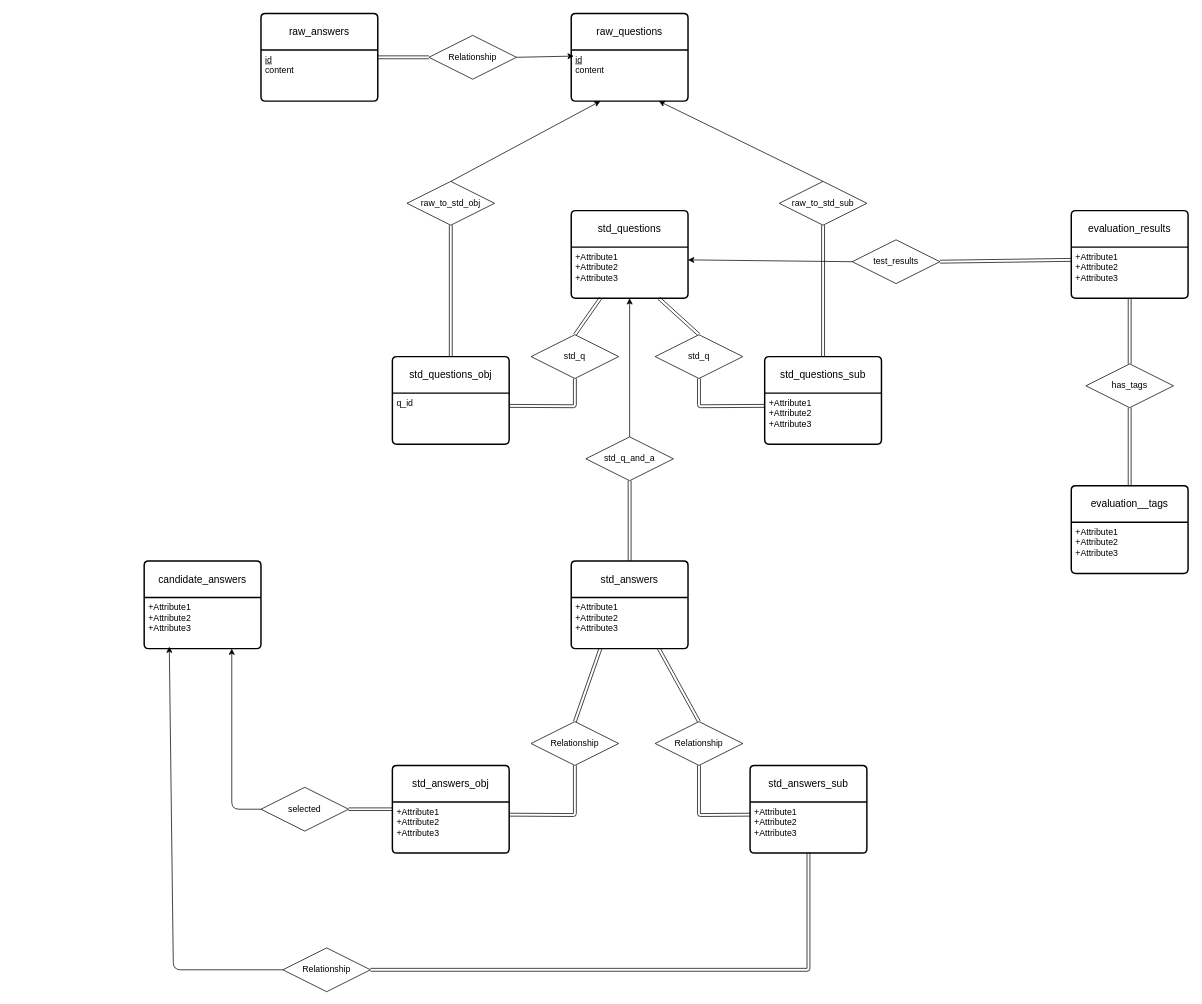
This is 5_HPJ/ERD.drawio from SummerS-tars/Practice_Database, a draw.io file, before an edit. Source tidied: cells renumbered, new cells numbered last; positions are measured from the earlier drawing's top-left corner, leaving out a move shared by most shapes. Both pictures are drawn from the tidied source at 73%, with x=0, y=0 at pixel (144, 13).
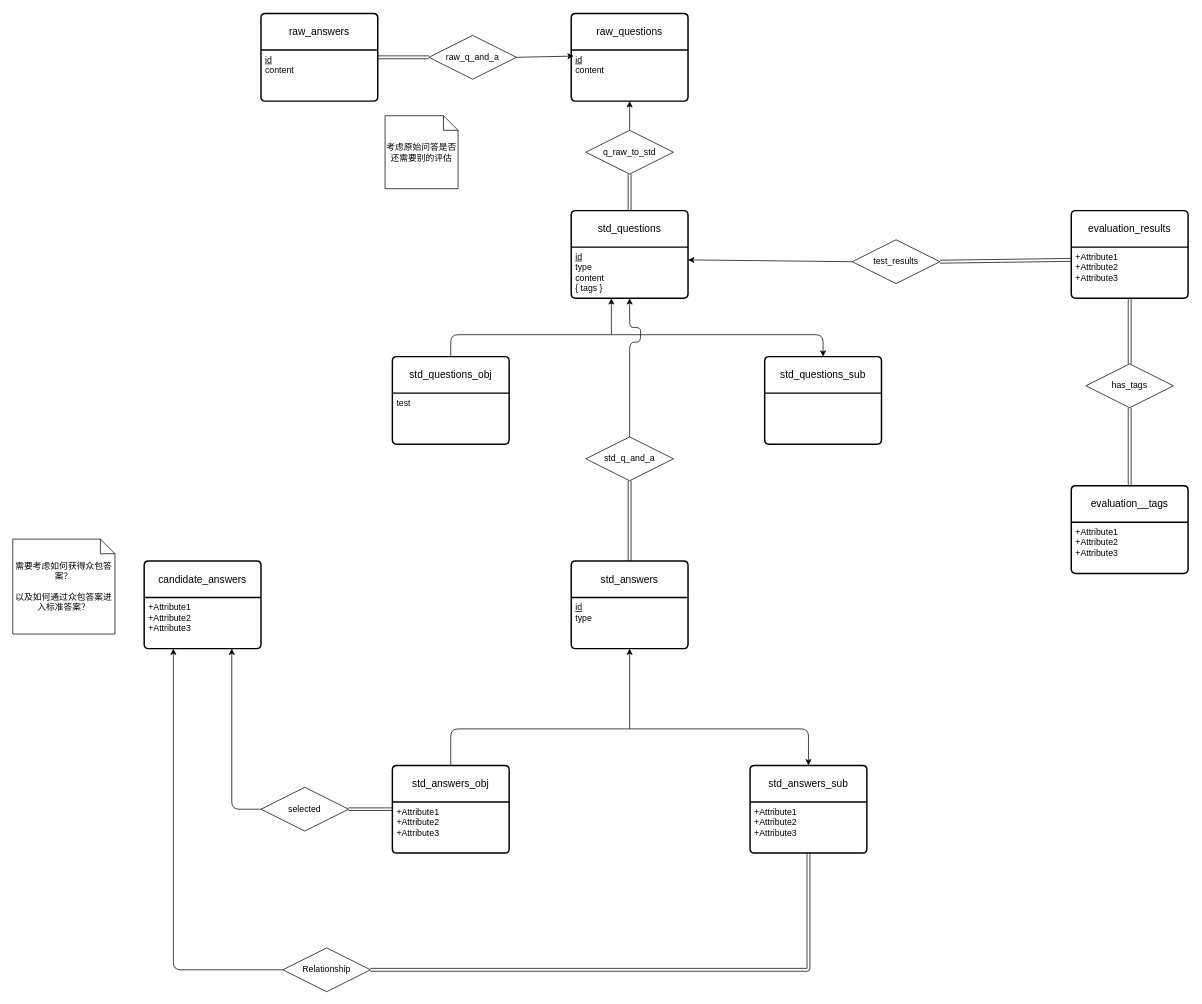
Above is the later version.

Commit message (it also covers changes not shown here):
note: update hpj: update

The change refers to these unchanged cells:
```xml
<mxCell id="6" value="&lt;u&gt;id&lt;/u&gt;&lt;div&gt;content&lt;/div&gt;" style="align=left;strokeColor=none;fillColor=none;spacingLeft=4;fontSize=12;verticalAlign=top;html=1;" parent="5" vertex="1">
  <mxGeometry y="50" width="160" height="70" as="geometry" />
</mxCell>
<mxCell id="7" value="std_questions" style="swimlane;horizontal=1;startSize=50;rounded=1;fontSize=14;fontStyle=0;strokeWidth=2;shadow=0;dashed=0;align=center;arcSize=4;whiteSpace=wrap;html=1;" parent="1" vertex="1">
  <mxGeometry x="585" y="270" width="160" height="120" as="geometry" />
</mxCell>
<mxCell id="9" value="std_questions_obj" style="swimlane;horizontal=1;startSize=50;rounded=1;fontSize=14;fontStyle=0;strokeWidth=2;shadow=0;dashed=0;align=center;arcSize=4;whiteSpace=wrap;html=1;" parent="1" vertex="1">
  <mxGeometry x="340" y="470" width="160" height="120" as="geometry" />
</mxCell>
<mxCell id="11" value="std_questions_sub" style="swimlane;horizontal=1;startSize=50;rounded=1;fontSize=14;fontStyle=0;strokeWidth=2;shadow=0;dashed=0;align=center;arcSize=4;whiteSpace=wrap;html=1;" parent="1" vertex="1">
  <mxGeometry x="850" y="470" width="160" height="120" as="geometry" />
</mxCell>
<mxCell id="14" value="std_answers" style="swimlane;horizontal=1;startSize=50;rounded=1;fontSize=14;fontStyle=0;strokeWidth=2;shadow=0;dashed=0;align=center;arcSize=4;whiteSpace=wrap;html=1;" parent="1" vertex="1">
  <mxGeometry x="585" y="750" width="160" height="120" as="geometry" />
</mxCell>
<mxCell id="17" value="+Attribute1&#10;+Attribute2&#10;+Attribute3" style="align=left;strokeColor=none;fillColor=none;spacingLeft=4;fontSize=12;verticalAlign=top;html=1;" parent="16" vertex="1">
  <mxGeometry y="50" width="160" height="70" as="geometry" />
</mxCell>
<mxCell id="18" value="std_answers_obj" style="swimlane;horizontal=1;startSize=50;rounded=1;fontSize=14;fontStyle=0;strokeWidth=2;shadow=0;dashed=0;align=center;arcSize=4;whiteSpace=wrap;html=1;" parent="1" vertex="1">
  <mxGeometry x="340" y="1030" width="160" height="120" as="geometry" />
</mxCell>
<mxCell id="19" value="+Attribute1&#10;+Attribute2&#10;+Attribute3" style="align=left;strokeColor=none;fillColor=none;spacingLeft=4;fontSize=12;verticalAlign=top;html=1;" parent="18" vertex="1">
  <mxGeometry y="50" width="160" height="70" as="geometry" />
</mxCell>
<mxCell id="20" value="std_answers_sub" style="swimlane;horizontal=1;startSize=50;rounded=1;fontSize=14;fontStyle=0;strokeWidth=2;shadow=0;dashed=0;align=center;arcSize=4;whiteSpace=wrap;html=1;" parent="1" vertex="1">
  <mxGeometry x="830" y="1030" width="160" height="120" as="geometry" />
</mxCell>
<mxCell id="21" value="+Attribute1&#10;+Attribute2&#10;+Attribute3" style="align=left;strokeColor=none;fillColor=none;spacingLeft=4;fontSize=12;verticalAlign=top;html=1;" parent="20" vertex="1">
  <mxGeometry y="50" width="160" height="70" as="geometry" />
</mxCell>
<mxCell id="23" value="+Attribute1&#10;+Attribute2&#10;+Attribute3" style="align=left;strokeColor=none;fillColor=none;spacingLeft=4;fontSize=12;verticalAlign=top;html=1;" parent="22" vertex="1">
  <mxGeometry y="50" width="160" height="70" as="geometry" />
</mxCell>
<mxCell id="24" value="evaluation__tags" style="swimlane;horizontal=1;startSize=50;rounded=1;fontSize=14;fontStyle=0;strokeWidth=2;shadow=0;dashed=0;align=center;arcSize=4;whiteSpace=wrap;html=1;" parent="1" vertex="1">
  <mxGeometry x="1270" y="647" width="160" height="120" as="geometry" />
</mxCell>
<mxCell id="43" value="std_q_and_a" style="shape=rhombus;perimeter=rhombusPerimeter;whiteSpace=wrap;html=1;align=center;" parent="1" vertex="1">
  <mxGeometry x="605" y="580" width="120" height="60" as="geometry" />
</mxCell>
<mxCell id="46" value="selected" style="shape=rhombus;perimeter=rhombusPerimeter;whiteSpace=wrap;html=1;align=center;" parent="1" vertex="1">
  <mxGeometry x="160" y="1060" width="120" height="60" as="geometry" />
</mxCell>
<mxCell id="48" value="Relationship" style="shape=rhombus;perimeter=rhombusPerimeter;whiteSpace=wrap;html=1;align=center;" parent="1" vertex="1">
  <mxGeometry x="190" y="1280" width="120" height="60" as="geometry" />
</mxCell>
<mxCell id="58" value="test_results" style="shape=rhombus;perimeter=rhombusPerimeter;whiteSpace=wrap;html=1;align=center;" parent="1" vertex="1">
  <mxGeometry x="970" y="310" width="120" height="60" as="geometry" />
</mxCell>
<mxCell id="61" value="has_tags" style="shape=rhombus;perimeter=rhombusPerimeter;whiteSpace=wrap;html=1;align=center;" parent="1" vertex="1">
  <mxGeometry x="1290" y="480" width="120" height="60" as="geometry" />
</mxCell>
```

The edit, as a diff of the source:
```diff
@@
-    <mxCell id="2" style="edgeStyle=none;html=1;" parent="1" edge="1" source="19" target="18">
+    <mxCell id="2" style="edgeStyle=none;html=1;fontStyle=1;" parent="1" edge="1" source="19" target="18">
       <mxGeometry relative="1" as="geometry" />
     </mxCell>
@@
-    <mxCell id="8" value="+Attribute1&#10;+Attribute2&#10;+Attribute3" style="align=left;strokeColor=none;fillColor=none;spacingLeft=4;fontSize=12;verticalAlign=top;html=1;" parent="7" vertex="1">
+    <mxCell id="8" value="&lt;u&gt;id&lt;/u&gt;&lt;div&gt;type&lt;/div&gt;&lt;div&gt;content&lt;/div&gt;&lt;div&gt;{ tags }&lt;/div&gt;" style="align=left;strokeColor=none;fillColor=none;spacingLeft=4;fontSize=12;verticalAlign=top;html=1;" parent="7" vertex="1">
       <mxGeometry y="50" width="160" height="70" as="geometry" />
     </mxCell>
+    <mxCell id="62" style="edgeStyle=none;html=1;exitX=0.5;exitY=0;exitDx=0;exitDy=0;entryX=0.5;entryY=0;entryDx=0;entryDy=0;" parent="1" edge="1" source="9" target="11">
+      <mxGeometry relative="1" as="geometry">
+        <Array as="points">
+          <mxPoint x="420" y="440" />
+          <mxPoint x="930" y="440" />
+        </Array>
+      </mxGeometry>
+    </mxCell>
@@
-    <mxCell id="10" value="q_id" style="align=left;strokeColor=none;fillColor=none;spacingLeft=4;fontSize=12;verticalAlign=top;html=1;" parent="9" vertex="1">
-      <mxGeometry y="50" width="160" height="70" as="geometry" />
-    </mxCell>
+    <mxCell id="63" value="test&lt;div&gt;&lt;br&gt;&lt;/div&gt;" style="text;strokeColor=none;fillColor=none;spacingLeft=4;spacingRight=4;overflow=hidden;fontSize=12;whiteSpace=wrap;html=1;" parent="9" vertex="1">
+      <mxGeometry y="50" width="160" height="70" as="geometry" />
+    </mxCell>
@@
-    <mxCell id="12" value="+Attribute1&#10;+Attribute2&#10;+Attribute3" style="align=left;strokeColor=none;fillColor=none;spacingLeft=4;fontSize=12;verticalAlign=top;html=1;" parent="11" vertex="1">
-      <mxGeometry y="50" width="160" height="70" as="geometry" />
-    </mxCell>
-    <mxCell id="13" style="edgeStyle=none;html=1;exitX=0.5;exitY=0;exitDx=0;exitDy=0;entryX=0.5;entryY=1;entryDx=0;entryDy=0;shape=link;" parent="1" edge="1" source="14" target="43">
+    <mxCell id="13" style="edgeStyle=none;html=1;exitX=0.5;exitY=0;exitDx=0;exitDy=0;entryX=0.5;entryY=1;entryDx=0;entryDy=0;shape=link;fontStyle=1;" parent="1" edge="1" source="14" target="43">
       <mxGeometry relative="1" as="geometry" />
     </mxCell>
@@
-    <mxCell id="15" value="+Attribute1&#10;+Attribute2&#10;+Attribute3" style="align=left;strokeColor=none;fillColor=none;spacingLeft=4;fontSize=12;verticalAlign=top;html=1;" parent="14" vertex="1">
+    <mxCell id="15" value="&lt;u&gt;id&lt;/u&gt;&lt;div&gt;type&lt;/div&gt;" style="align=left;strokeColor=none;fillColor=none;spacingLeft=4;fontSize=12;verticalAlign=top;html=1;" parent="14" vertex="1">
       <mxGeometry y="50" width="160" height="70" as="geometry" />
     </mxCell>
@@
+    <mxCell id="64" style="edgeStyle=none;html=1;exitX=0.5;exitY=0;exitDx=0;exitDy=0;entryX=0.5;entryY=0;entryDx=0;entryDy=0;" parent="1" edge="1" source="18" target="20">
+      <mxGeometry relative="1" as="geometry">
+        <Array as="points">
+          <mxPoint x="420" y="980" />
+          <mxPoint x="910" y="980" />
+        </Array>
+      </mxGeometry>
+    </mxCell>
@@
-    <mxCell id="26" value="Relationship" style="shape=rhombus;perimeter=rhombusPerimeter;whiteSpace=wrap;html=1;align=center;" parent="1" vertex="1">
+    <mxCell id="26" value="raw_q_and_a" style="shape=rhombus;perimeter=rhombusPerimeter;whiteSpace=wrap;html=1;align=center;" parent="1" vertex="1">
       <mxGeometry x="390" y="30" width="120" height="60" as="geometry" />
     </mxCell>
-    <mxCell id="27" style="shape=link;html=1;rounded=0;" parent="1" edge="1">
+    <mxCell id="27" style="shape=link;html=1;rounded=0;fontStyle=1;" parent="1" edge="1">
       <mxGeometry relative="1" as="geometry">
         <mxPoint x="320" y="60" as="sourcePoint" />
         <mxPoint x="390" y="60" as="targetPoint" />
       </mxGeometry>
     </mxCell>
@@
-    <mxCell id="29" style="edgeStyle=none;html=1;exitX=1;exitY=0.5;exitDx=0;exitDy=0;entryX=0.022;entryY=0.119;entryDx=0;entryDy=0;entryPerimeter=0;" parent="1" edge="1" source="26" target="6">
+    <mxCell id="29" style="edgeStyle=none;html=1;exitX=1;exitY=0.5;exitDx=0;exitDy=0;entryX=0.022;entryY=0.119;entryDx=0;entryDy=0;entryPerimeter=0;fontStyle=1;" parent="1" edge="1" source="26" target="6">
       <mxGeometry relative="1" as="geometry" />
     </mxCell>
-    <mxCell id="30" style="edgeStyle=none;html=1;exitX=0.5;exitY=1;exitDx=0;exitDy=0;shape=link;" parent="1" edge="1" source="32" target="9">
-      <mxGeometry relative="1" as="geometry" />
-    </mxCell>
-    <mxCell id="31" style="edgeStyle=none;html=1;exitX=0.5;exitY=0;exitDx=0;exitDy=0;entryX=0.25;entryY=1;entryDx=0;entryDy=0;" parent="1" edge="1" source="32" target="6">
-      <mxGeometry relative="1" as="geometry" />
-    </mxCell>
-    <mxCell id="32" value="raw_to_std_obj" style="shape=rhombus;perimeter=rhombusPerimeter;whiteSpace=wrap;html=1;align=center;" parent="1" vertex="1">
-      <mxGeometry x="360" y="230" width="120" height="60" as="geometry" />
-    </mxCell>
-    <mxCell id="33" style="edgeStyle=none;html=1;exitX=0.5;exitY=0;exitDx=0;exitDy=0;entryX=0.75;entryY=1;entryDx=0;entryDy=0;" parent="1" edge="1" source="35" target="6">
-      <mxGeometry relative="1" as="geometry" />
-    </mxCell>
-    <mxCell id="34" style="edgeStyle=none;html=1;exitX=0.5;exitY=1;exitDx=0;exitDy=0;shape=link;" parent="1" edge="1" source="35" target="11">
-      <mxGeometry relative="1" as="geometry" />
-    </mxCell>
-    <mxCell id="35" value="raw_to_std_sub" style="shape=rhombus;perimeter=rhombusPerimeter;whiteSpace=wrap;html=1;align=center;" parent="1" vertex="1">
-      <mxGeometry x="870" y="230" width="120" height="60" as="geometry" />
-    </mxCell>
-    <mxCell id="36" style="edgeStyle=none;html=1;exitX=0.5;exitY=0;exitDx=0;exitDy=0;shape=link;" parent="1" edge="1" source="37">
-      <mxGeometry relative="1" as="geometry">
-        <mxPoint x="625" y="390" as="targetPoint" />
-      </mxGeometry>
-    </mxCell>
-    <mxCell id="37" value="std_q" style="shape=rhombus;perimeter=rhombusPerimeter;whiteSpace=wrap;html=1;align=center;" parent="1" vertex="1">
-      <mxGeometry x="530" y="440" width="120" height="60" as="geometry" />
-    </mxCell>
-    <mxCell id="38" style="edgeStyle=none;html=1;exitX=0.5;exitY=0;exitDx=0;exitDy=0;entryX=0.75;entryY=1;entryDx=0;entryDy=0;shape=link;" parent="1" edge="1" source="39" target="8">
-      <mxGeometry relative="1" as="geometry" />
-    </mxCell>
-    <mxCell id="39" value="std_q" style="shape=rhombus;perimeter=rhombusPerimeter;whiteSpace=wrap;html=1;align=center;" parent="1" vertex="1">
-      <mxGeometry x="700" y="440" width="120" height="60" as="geometry" />
-    </mxCell>
-    <mxCell id="40" style="edgeStyle=none;html=1;exitX=1;exitY=0.25;exitDx=0;exitDy=0;entryX=0.5;entryY=1;entryDx=0;entryDy=0;shape=link;" parent="1" edge="1" source="10" target="37">
-      <mxGeometry relative="1" as="geometry">
-        <Array as="points">
-          <mxPoint x="590" y="538" />
-        </Array>
-      </mxGeometry>
-    </mxCell>
-    <mxCell id="41" style="edgeStyle=none;html=1;exitX=0;exitY=0.25;exitDx=0;exitDy=0;entryX=0.5;entryY=1;entryDx=0;entryDy=0;shape=link;" parent="1" edge="1" source="12" target="39">
-      <mxGeometry relative="1" as="geometry">
-        <Array as="points">
-          <mxPoint x="760" y="538" />
-        </Array>
-      </mxGeometry>
-    </mxCell>
-    <mxCell id="42" style="edgeStyle=none;html=1;exitX=0.5;exitY=0;exitDx=0;exitDy=0;" parent="1" edge="1" source="43" target="8">
-      <mxGeometry relative="1" as="geometry" />
+    <mxCell id="42" style="edgeStyle=none;html=1;exitX=0.5;exitY=0;exitDx=0;exitDy=0;fontStyle=1;" parent="1" edge="1" source="43" target="8">
+      <mxGeometry relative="1" as="geometry">
+        <Array as="points">
+          <mxPoint x="665" y="450" />
+          <mxPoint x="680" y="450" />
+          <mxPoint x="680" y="430" />
+          <mxPoint x="665" y="430" />
+        </Array>
+      </mxGeometry>
     </mxCell>
@@
-    <mxCell id="44" style="edgeStyle=none;html=1;exitX=1;exitY=0.5;exitDx=0;exitDy=0;entryX=0;entryY=0.5;entryDx=0;entryDy=0;shape=link;width=3.5999999999999996;flowAnimation=0;" parent="1" edge="1" source="46" target="18">
+    <mxCell id="44" style="edgeStyle=none;html=1;exitX=1;exitY=0.5;exitDx=0;exitDy=0;entryX=0;entryY=0.5;entryDx=0;entryDy=0;shape=link;width=3.5999999999999996;flowAnimation=0;fontStyle=1;" parent="1" edge="1" source="46" target="18">
       <mxGeometry relative="1" as="geometry" />
     </mxCell>
-    <mxCell id="45" style="edgeStyle=none;html=1;exitX=0;exitY=0.5;exitDx=0;exitDy=0;entryX=0.75;entryY=1;entryDx=0;entryDy=0;" parent="1" edge="1" source="46" target="17">
+    <mxCell id="45" style="edgeStyle=none;html=1;exitX=0;exitY=0.5;exitDx=0;exitDy=0;entryX=0.75;entryY=1;entryDx=0;entryDy=0;fontStyle=1;" parent="1" edge="1" source="46" target="17">
       <mxGeometry relative="1" as="geometry">
         <Array as="points">
           <mxPoint x="120" y="1090" />
         </Array>
       </mxGeometry>
     </mxCell>
@@
-    <mxCell id="47" style="edgeStyle=none;html=1;exitX=1;exitY=0.5;exitDx=0;exitDy=0;entryX=0.5;entryY=1;entryDx=0;entryDy=0;shape=link;" parent="1" edge="1" source="48" target="21">
+    <mxCell id="47" style="edgeStyle=none;html=1;exitX=1;exitY=0.5;exitDx=0;exitDy=0;entryX=0.5;entryY=1;entryDx=0;entryDy=0;shape=link;fontStyle=1;" parent="1" edge="1" source="48" target="21">
       <mxGeometry relative="1" as="geometry">
         <Array as="points">
           <mxPoint x="910" y="1310" />
         </Array>
       </mxGeometry>
     </mxCell>
@@
-    <mxCell id="49" style="edgeStyle=none;html=1;exitX=0;exitY=0.5;exitDx=0;exitDy=0;entryX=0.215;entryY=0.96;entryDx=0;entryDy=0;entryPerimeter=0;" parent="1" edge="1" source="48" target="17">
+    <mxCell id="49" style="edgeStyle=none;html=1;exitX=0;exitY=0.5;exitDx=0;exitDy=0;entryX=0.25;entryY=1;entryDx=0;entryDy=0;fontStyle=1;" parent="1" edge="1" source="48" target="17">
       <mxGeometry relative="1" as="geometry">
         <Array as="points">
           <mxPoint x="40" y="1310" />
         </Array>
       </mxGeometry>
     </mxCell>
-    <mxCell id="50" style="edgeStyle=none;html=1;exitX=0.5;exitY=0;exitDx=0;exitDy=0;entryX=0.25;entryY=1;entryDx=0;entryDy=0;shape=link;" parent="1" edge="1" source="51" target="15">
-      <mxGeometry relative="1" as="geometry" />
-    </mxCell>
-    <mxCell id="51" value="Relationship" style="shape=rhombus;perimeter=rhombusPerimeter;whiteSpace=wrap;html=1;align=center;" parent="1" vertex="1">
-      <mxGeometry x="530" y="970" width="120" height="60" as="geometry" />
-    </mxCell>
-    <mxCell id="52" style="edgeStyle=none;html=1;exitX=0.5;exitY=0;exitDx=0;exitDy=0;entryX=0.75;entryY=1;entryDx=0;entryDy=0;shape=link;" parent="1" edge="1" source="53" target="14">
-      <mxGeometry relative="1" as="geometry" />
-    </mxCell>
-    <mxCell id="53" value="Relationship" style="shape=rhombus;perimeter=rhombusPerimeter;whiteSpace=wrap;html=1;align=center;" parent="1" vertex="1">
-      <mxGeometry x="700" y="970" width="120" height="60" as="geometry" />
-    </mxCell>
-    <mxCell id="54" style="edgeStyle=none;html=1;exitX=1;exitY=0.25;exitDx=0;exitDy=0;entryX=0.5;entryY=1;entryDx=0;entryDy=0;shape=link;" parent="1" edge="1" source="19" target="51">
-      <mxGeometry relative="1" as="geometry">
-        <Array as="points">
-          <mxPoint x="590" y="1098" />
-        </Array>
-      </mxGeometry>
-    </mxCell>
-    <mxCell id="55" style="edgeStyle=none;html=1;exitX=0;exitY=0.25;exitDx=0;exitDy=0;entryX=0.5;entryY=1;entryDx=0;entryDy=0;shape=link;" parent="1" edge="1" source="21" target="53">
-      <mxGeometry relative="1" as="geometry">
-        <Array as="points">
-          <mxPoint x="760" y="1098" />
-        </Array>
-      </mxGeometry>
-    </mxCell>
-    <mxCell id="56" style="edgeStyle=none;html=1;exitX=1;exitY=0.5;exitDx=0;exitDy=0;entryX=0;entryY=0.25;entryDx=0;entryDy=0;shape=link;" parent="1" edge="1" source="58" target="23">
+    <mxCell id="56" style="edgeStyle=none;html=1;exitX=1;exitY=0.5;exitDx=0;exitDy=0;entryX=0;entryY=0.25;entryDx=0;entryDy=0;shape=link;fontStyle=1;" parent="1" edge="1" source="58" target="23">
       <mxGeometry relative="1" as="geometry" />
     </mxCell>
-    <mxCell id="57" style="edgeStyle=none;html=1;exitX=0;exitY=0.5;exitDx=0;exitDy=0;entryX=1;entryY=0.25;entryDx=0;entryDy=0;" parent="1" edge="1" source="58" target="8">
+    <mxCell id="57" style="edgeStyle=none;html=1;exitX=0;exitY=0.5;exitDx=0;exitDy=0;entryX=1;entryY=0.25;entryDx=0;entryDy=0;fontStyle=1;" parent="1" edge="1" source="58" target="8">
       <mxGeometry relative="1" as="geometry" />
     </mxCell>
@@
-    <mxCell id="59" style="edgeStyle=none;html=1;exitX=0.5;exitY=0;exitDx=0;exitDy=0;entryX=0.5;entryY=1;entryDx=0;entryDy=0;shape=link;" parent="1" edge="1" source="61" target="23">
+    <mxCell id="59" style="edgeStyle=none;html=1;exitX=0.5;exitY=0;exitDx=0;exitDy=0;entryX=0.5;entryY=1;entryDx=0;entryDy=0;shape=link;fontStyle=1;" parent="1" edge="1" source="61" target="23">
       <mxGeometry relative="1" as="geometry" />
     </mxCell>
-    <mxCell id="60" style="edgeStyle=none;html=1;exitX=0.5;exitY=1;exitDx=0;exitDy=0;entryX=0.5;entryY=0;entryDx=0;entryDy=0;shape=link;" parent="1" edge="1" source="61" target="24">
+    <mxCell id="60" style="edgeStyle=none;html=1;exitX=0.5;exitY=1;exitDx=0;exitDy=0;entryX=0.5;entryY=0;entryDx=0;entryDy=0;shape=link;fontStyle=1;" parent="1" edge="1" source="61" target="24">
       <mxGeometry relative="1" as="geometry" />
     </mxCell>
@@
+    <mxCell id="65" style="edgeStyle=none;html=1;exitX=0.5;exitY=0;exitDx=0;exitDy=0;entryX=0.5;entryY=1;entryDx=0;entryDy=0;" parent="1" edge="1" source="67" target="6">
+      <mxGeometry relative="1" as="geometry" />
+    </mxCell>
+    <mxCell id="66" style="edgeStyle=none;html=1;exitX=0.5;exitY=1;exitDx=0;exitDy=0;entryX=0.5;entryY=0;entryDx=0;entryDy=0;shape=link;" parent="1" edge="1" source="67" target="7">
+      <mxGeometry relative="1" as="geometry" />
+    </mxCell>
+    <mxCell id="67" value="q_raw_to_std" style="shape=rhombus;perimeter=rhombusPerimeter;whiteSpace=wrap;html=1;align=center;" parent="1" vertex="1">
+      <mxGeometry x="605" y="160" width="120" height="60" as="geometry" />
+    </mxCell>
+    <mxCell id="68" value="需要考虑如何获得众包答案？&lt;div&gt;&lt;br&gt;&lt;/div&gt;&lt;div&gt;以及如何通过众包答案进入标准答案？&lt;/div&gt;" style="shape=note;size=20;whiteSpace=wrap;html=1;" parent="1" vertex="1">
+      <mxGeometry x="-180" y="720" width="140" height="130" as="geometry" />
+    </mxCell>
+    <mxCell id="69" style="endArrow=classic;html=1;" parent="1" edge="1">
+      <mxGeometry relative="1" as="geometry">
+        <mxPoint x="640" y="440" as="sourcePoint" />
+        <mxPoint x="640" y="390" as="targetPoint" />
+      </mxGeometry>
+    </mxCell>
+    <mxCell id="70" style="endArrow=classic;html=1;entryX=0.5;entryY=1;entryDx=0;entryDy=0;" parent="1" edge="1" target="15">
+      <mxGeometry relative="1" as="geometry">
+        <mxPoint x="665" y="980" as="sourcePoint" />
+      </mxGeometry>
+    </mxCell>
+    <mxCell id="71" value="考虑原始问答是否还需要别的评估" style="shape=note;size=20;whiteSpace=wrap;html=1;" parent="1" vertex="1">
+      <mxGeometry x="330" y="140" width="100" height="100" as="geometry" />
+    </mxCell>
```
